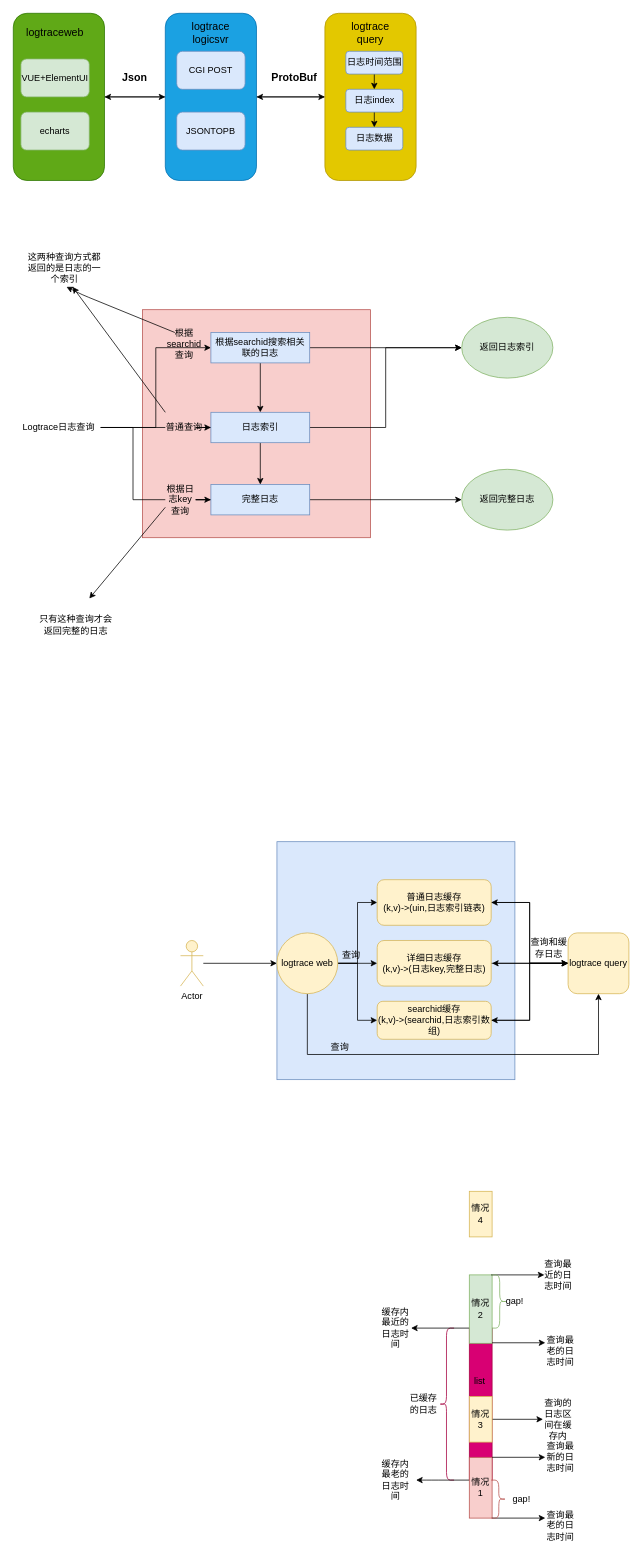
The draw.io diagram Untitled Diagram.drawio in Zhang-liu-xiaoxiao/ZeroCup, before the edit. Source tidied: cells renumbered, new cells numbered last; positions are measured from the earlier drawing's top-left corner, leaving out a move shared by most shapes. Both pictures are drawn from the tidied source at 76%, with x=0, y=0 at pixel (13, 13).
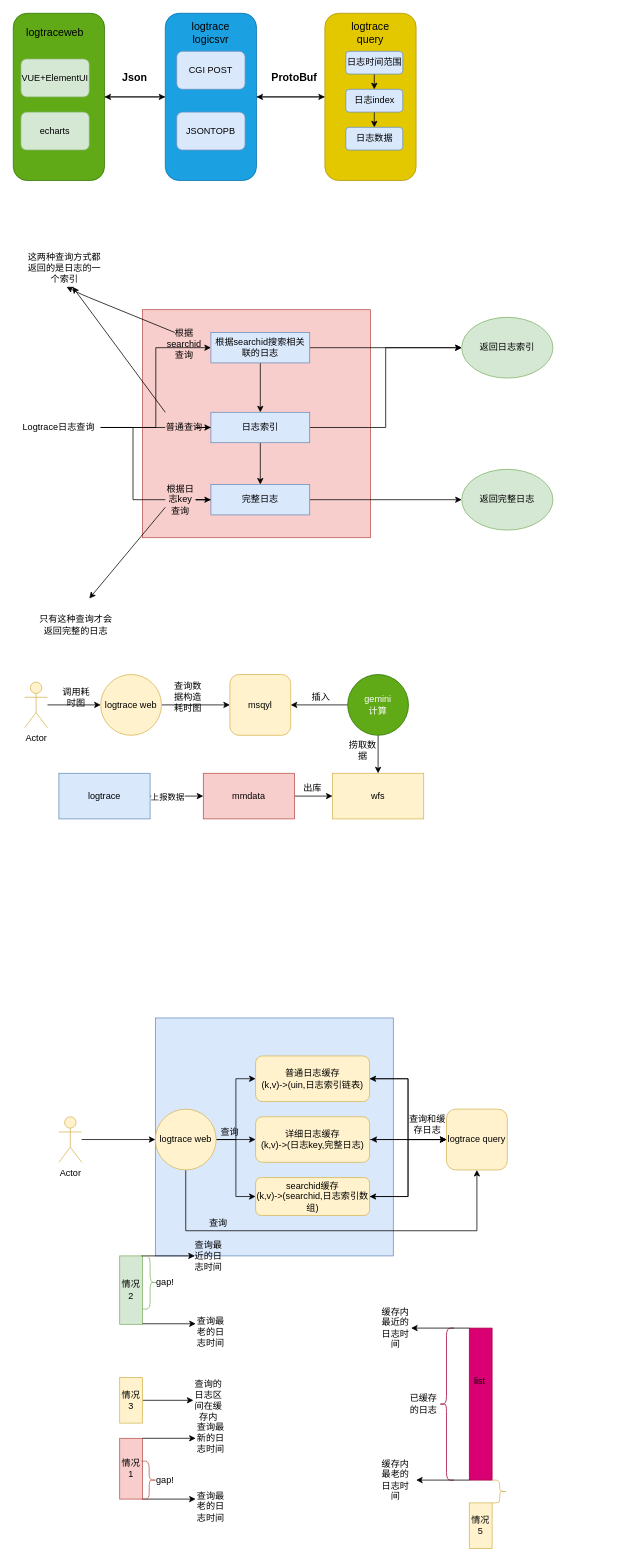
The same diagram, later.

The edit, as a diff of the source:
```diff
@@
     <mxCell id="48" style="whiteSpace=wrap;html=1;fillColor=#dae8fc;strokeColor=#6c8ebf;" parent="1" vertex="1">
-      <mxGeometry x="346.9" y="1090" width="313.1" height="313.1" as="geometry" />
+      <mxGeometry x="186.9" y="1321.9" width="313.1" height="313.1" as="geometry" />
     </mxCell>
@@
     <mxCell id="50" value="普通日志缓存&lt;br&gt;(k,v)-&amp;gt;(uin,日志索引链表)" style="rounded=1;whiteSpace=wrap;html=1;fillColor=#fff2cc;strokeColor=#d6b656;strokeWidth=1;shadow=0;" parent="1" vertex="1">
-      <mxGeometry x="478.8" y="1140" width="150" height="60" as="geometry" />
+      <mxGeometry x="318.8" y="1371.9" width="150" height="60" as="geometry" />
     </mxCell>
@@
     <mxCell id="52" value="详细日志缓存&lt;br&gt;(k,v)-&amp;gt;(日志key,完整日志)" style="rounded=1;whiteSpace=wrap;html=1;fillColor=#fff2cc;strokeColor=#d6b656;" parent="1" vertex="1">
-      <mxGeometry x="478.8" y="1220" width="150" height="60" as="geometry" />
+      <mxGeometry x="318.8" y="1451.9" width="150" height="60" as="geometry" />
     </mxCell>
@@
     <mxCell id="54" value="searchid缓存&lt;br&gt;(k,v)-&amp;gt;(searchid,日志索引数组)" style="rounded=1;whiteSpace=wrap;html=1;fillColor=#fff2cc;strokeColor=#d6b656;strokeWidth=1;shadow=0;" parent="1" vertex="1">
-      <mxGeometry x="478.8" y="1300" width="150" height="50" as="geometry" />
+      <mxGeometry x="318.8" y="1531.9" width="150" height="50" as="geometry" />
     </mxCell>
@@
     <mxCell id="58" style="edgeStyle=orthogonalEdgeStyle;rounded=0;jettySize=auto;html=1;entryX=0.5;entryY=1;entryDx=0;entryDy=0;" parent="1" edge="1" source="59" target="65">
       <mxGeometry relative="1" as="geometry">
         <Array as="points">
-          <mxPoint x="387" y="1370" />
-          <mxPoint x="770" y="1370" />
+          <mxPoint x="227" y="1601.9" />
+          <mxPoint x="610" y="1601.9" />
         </Array>
       </mxGeometry>
     </mxCell>
     <mxCell id="59" value="logtrace web" style="ellipse;whiteSpace=wrap;html=1;rounded=1;shadow=0;strokeColor=#d6b656;strokeWidth=1;fillColor=#fff2cc;" parent="1" vertex="1">
-      <mxGeometry x="346.9" y="1210" width="80" height="80" as="geometry" />
+      <mxGeometry x="186.9" y="1441.9" width="80" height="80" as="geometry" />
     </mxCell>
@@
     <mxCell id="61" value="Actor" style="shape=umlActor;verticalLabelPosition=bottom;verticalAlign=top;html=1;outlineConnect=0;rounded=1;shadow=0;strokeColor=#d6b656;strokeWidth=1;fillColor=#fff2cc;" parent="1" vertex="1">
-      <mxGeometry x="220" y="1220" width="30" height="60" as="geometry" />
+      <mxGeometry x="60" y="1451.9" width="30" height="60" as="geometry" />
     </mxCell>
     <mxCell id="62" style="edgeStyle=orthogonalEdgeStyle;rounded=0;jettySize=auto;html=1;" parent="1" edge="1" source="65">
       <mxGeometry relative="1" as="geometry">
-        <mxPoint x="630" y="1250" as="targetPoint" />
+        <mxPoint x="470" y="1481.9" as="targetPoint" />
       </mxGeometry>
     </mxCell>
@@
     <mxCell id="65" value="logtrace query" style="whiteSpace=wrap;html=1;rounded=1;shadow=0;strokeColor=#d6b656;strokeWidth=1;fillColor=#fff2cc;" parent="1" vertex="1">
-      <mxGeometry x="730" y="1210" width="80" height="80" as="geometry" />
+      <mxGeometry x="570" y="1441.9" width="80" height="80" as="geometry" />
     </mxCell>
     <mxCell id="66" value="查询" style="text;html=1;strokeColor=none;fillColor=none;align=center;verticalAlign=middle;whiteSpace=wrap;rounded=0;shadow=0;" parent="1" vertex="1">
-      <mxGeometry x="425" y="1230" width="40" height="20" as="geometry" />
+      <mxGeometry x="265" y="1461.9" width="40" height="20" as="geometry" />
     </mxCell>
     <mxCell id="67" value="查询和缓存日志" style="text;html=1;strokeColor=none;fillColor=none;align=center;verticalAlign=middle;whiteSpace=wrap;rounded=0;shadow=0;" parent="1" vertex="1">
-      <mxGeometry x="680" y="1210" width="50" height="40" as="geometry" />
+      <mxGeometry x="520" y="1441.9" width="50" height="40" as="geometry" />
     </mxCell>
     <mxCell id="68" value="查询" style="text;html=1;strokeColor=none;fillColor=none;align=center;verticalAlign=middle;whiteSpace=wrap;rounded=0;shadow=0;" parent="1" vertex="1">
-      <mxGeometry x="410" y="1350" width="40" height="20" as="geometry" />
+      <mxGeometry x="250" y="1581.9" width="40" height="20" as="geometry" />
     </mxCell>
@@
     <mxCell id="77" value="情况2" style="rounded=0;whiteSpace=wrap;html=1;shadow=0;strokeColor=#82b366;strokeWidth=1;fillColor=#d5e8d4;" parent="1" vertex="1">
-      <mxGeometry x="600" y="1660" width="30" height="90" as="geometry" />
+      <mxGeometry x="140" y="1635" width="30" height="90" as="geometry" />
     </mxCell>
     <mxCell id="78" value="情况1" style="rounded=0;whiteSpace=wrap;html=1;shadow=0;strokeColor=#b85450;strokeWidth=1;fillColor=#f8cecc;" parent="1" vertex="1">
-      <mxGeometry x="600" y="1900" width="30" height="80" as="geometry" />
+      <mxGeometry x="140" y="1875" width="30" height="80" as="geometry" />
     </mxCell>
     <mxCell id="79" style="endArrow=classic;html=1;" parent="1" edge="1">
       <mxGeometry relative="1" as="geometry">
-        <mxPoint x="628.8" y="1660" as="sourcePoint" />
-        <mxPoint x="698.8" y="1660" as="targetPoint" />
+        <mxPoint x="168.8" y="1635" as="sourcePoint" />
+        <mxPoint x="238.8" y="1635" as="targetPoint" />
       </mxGeometry>
     </mxCell>
     <mxCell id="80" style="endArrow=classic;html=1;" parent="1" edge="1">
       <mxGeometry relative="1" as="geometry">
-        <mxPoint x="630" y="1749.3" as="sourcePoint" />
-        <mxPoint x="700" y="1749.3" as="targetPoint" />
+        <mxPoint x="170" y="1724.3" as="sourcePoint" />
+        <mxPoint x="240" y="1724.3" as="targetPoint" />
       </mxGeometry>
     </mxCell>
     <mxCell id="81" style="endArrow=classic;html=1;" parent="1" edge="1">
       <mxGeometry relative="1" as="geometry">
-        <mxPoint x="630" y="1980" as="sourcePoint" />
-        <mxPoint x="700" y="1980" as="targetPoint" />
+        <mxPoint x="170" y="1955" as="sourcePoint" />
+        <mxPoint x="240" y="1955" as="targetPoint" />
       </mxGeometry>
     </mxCell>
     <mxCell id="82" style="endArrow=classic;html=1;" parent="1" edge="1">
       <mxGeometry relative="1" as="geometry">
-        <mxPoint x="630" y="1900" as="sourcePoint" />
-        <mxPoint x="700" y="1900" as="targetPoint" />
+        <mxPoint x="170" y="1875" as="sourcePoint" />
+        <mxPoint x="240" y="1875" as="targetPoint" />
       </mxGeometry>
     </mxCell>
     <mxCell id="83" value="查询最老的日志时间" style="text;html=1;strokeColor=none;fillColor=none;align=center;verticalAlign=middle;whiteSpace=wrap;rounded=0;shadow=0;" parent="1" vertex="1">
-      <mxGeometry x="700" y="1750" width="40" height="20" as="geometry" />
+      <mxGeometry x="240" y="1725" width="40" height="20" as="geometry" />
     </mxCell>
     <mxCell id="84" value="查询最近的日志时间" style="text;html=1;strokeColor=none;fillColor=none;align=center;verticalAlign=middle;whiteSpace=wrap;rounded=0;shadow=0;" parent="1" vertex="1">
-      <mxGeometry x="697" y="1650" width="40" height="20" as="geometry" />
+      <mxGeometry x="237" y="1625" width="40" height="20" as="geometry" />
     </mxCell>
     <mxCell id="85" value="查询最新的日志时间" style="text;html=1;strokeColor=none;fillColor=none;align=center;verticalAlign=middle;whiteSpace=wrap;rounded=0;shadow=0;" parent="1" vertex="1">
-      <mxGeometry x="700" y="1890" width="40" height="20" as="geometry" />
+      <mxGeometry x="240" y="1865" width="40" height="20" as="geometry" />
     </mxCell>
     <mxCell id="86" value="查询最老的日志时间" style="text;html=1;strokeColor=none;fillColor=none;align=center;verticalAlign=middle;whiteSpace=wrap;rounded=0;shadow=0;" parent="1" vertex="1">
-      <mxGeometry x="700" y="1980" width="40" height="20" as="geometry" />
+      <mxGeometry x="240" y="1955" width="40" height="20" as="geometry" />
     </mxCell>
@@
     <mxCell id="88" value="情况3" style="rounded=0;whiteSpace=wrap;html=1;shadow=0;strokeColor=#d6b656;strokeWidth=1;fillColor=#fff2cc;" parent="1" vertex="1">
-      <mxGeometry x="600" y="1820" width="30" height="60" as="geometry" />
+      <mxGeometry x="140" y="1795" width="30" height="60" as="geometry" />
     </mxCell>
     <mxCell id="89" value="查询的日志区间在缓存内" style="text;html=1;strokeColor=none;fillColor=none;align=center;verticalAlign=middle;whiteSpace=wrap;rounded=0;shadow=0;" parent="1" vertex="1">
-      <mxGeometry x="697" y="1840" width="40" height="20" as="geometry" />
+      <mxGeometry x="237" y="1815" width="40" height="20" as="geometry" />
     </mxCell>
-    <mxCell id="90" value="情况4" style="rounded=0;whiteSpace=wrap;html=1;shadow=0;strokeColor=#d6b656;strokeWidth=1;fillColor=#fff2cc;" parent="1" vertex="1">
-      <mxGeometry x="600" y="1550" width="30" height="60" as="geometry" />
+    <mxCell id="90" value="情况5" style="rounded=0;whiteSpace=wrap;html=1;shadow=0;strokeColor=#d6b656;strokeWidth=1;fillColor=#fff2cc;" parent="1" vertex="1">
+      <mxGeometry x="600" y="1960" width="30" height="60" as="geometry" />
     </mxCell>
     <mxCell id="91" style="shape=curlyBracket;whiteSpace=wrap;html=1;rounded=1;flipH=1;shadow=0;strokeColor=#82b366;strokeWidth=1;fillColor=#d5e8d4;size=0.5;" parent="1" vertex="1">
-      <mxGeometry x="630" y="1660" width="20" height="70" as="geometry" />
+      <mxGeometry x="170" y="1635" width="20" height="70" as="geometry" />
     </mxCell>
     <mxCell id="92" value="gap!" style="text;html=1;strokeColor=none;fillColor=none;align=center;verticalAlign=middle;whiteSpace=wrap;rounded=0;shadow=0;" parent="1" vertex="1">
-      <mxGeometry x="640" y="1687.5" width="40" height="15" as="geometry" />
+      <mxGeometry x="180" y="1662.5" width="40" height="15" as="geometry" />
     </mxCell>
     <mxCell id="93" style="shape=curlyBracket;whiteSpace=wrap;html=1;rounded=1;flipH=1;shadow=0;strokeColor=#b85450;strokeWidth=1;fillColor=#f8cecc;size=0.5;" parent="1" vertex="1">
-      <mxGeometry x="628.8" y="1930" width="20" height="50" as="geometry" />
+      <mxGeometry x="168.8" y="1905" width="20" height="50" as="geometry" />
     </mxCell>
     <mxCell id="94" value="gap!" style="text;html=1;strokeColor=none;fillColor=none;align=center;verticalAlign=middle;whiteSpace=wrap;rounded=0;shadow=0;" parent="1" vertex="1">
-      <mxGeometry x="648.8" y="1945" width="40" height="20" as="geometry" />
+      <mxGeometry x="180" y="1920" width="40" height="20" as="geometry" />
     </mxCell>
+    <mxCell id="95" style="shape=curlyBracket;whiteSpace=wrap;html=1;rounded=1;flipH=1;shadow=0;strokeColor=#d6b656;strokeWidth=1;fillColor=#fff2cc;size=0.5;" parent="1" vertex="1">
+      <mxGeometry x="630" y="1930" width="20" height="30" as="geometry" />
+    </mxCell>
+    <mxCell id="96" style="endArrow=classic;html=1;entryX=0;entryY=0.5;entryDx=0;entryDy=0;" parent="1" edge="1" target="99">
+      <mxGeometry relative="1" as="geometry">
+        <mxPoint x="160" y="1030" as="sourcePoint" />
+      </mxGeometry>
+    </mxCell>
+    <mxCell id="97" value="上报数据" style="edgeLabel;html=1;align=center;verticalAlign=middle;" parent="96" vertex="1">
+      <mxGeometry x="0.25" y="-2" relative="1" as="geometry">
+        <mxPoint x="-14" y="-2" as="offset" />
+      </mxGeometry>
+    </mxCell>
+    <mxCell id="98" style="edgeStyle=orthogonalEdgeStyle;rounded=0;jettySize=auto;html=1;entryX=0;entryY=0.5;entryDx=0;entryDy=0;" parent="1" edge="1" source="99" target="101">
+      <mxGeometry relative="1" as="geometry" />
+    </mxCell>
+    <mxCell id="99" value="mmdata" style="rounded=0;whiteSpace=wrap;html=1;shadow=0;strokeColor=#b85450;strokeWidth=1;fillColor=#f8cecc;" parent="1" vertex="1">
+      <mxGeometry x="250" y="1000" width="120" height="60" as="geometry" />
+    </mxCell>
+    <mxCell id="100" value="logtrace" style="rounded=0;whiteSpace=wrap;html=1;shadow=0;strokeColor=#6c8ebf;strokeWidth=1;fillColor=#dae8fc;" parent="1" vertex="1">
+      <mxGeometry x="60" y="1000" width="120" height="60" as="geometry" />
+    </mxCell>
+    <mxCell id="101" value="wfs" style="rounded=0;whiteSpace=wrap;html=1;shadow=0;strokeColor=#d6b656;strokeWidth=1;fillColor=#fff2cc;" parent="1" vertex="1">
+      <mxGeometry x="420" y="1000" width="120" height="60" as="geometry" />
+    </mxCell>
+    <mxCell id="102" value="出库" style="text;html=1;strokeColor=none;fillColor=none;align=center;verticalAlign=middle;whiteSpace=wrap;rounded=0;shadow=0;" parent="1" vertex="1">
+      <mxGeometry x="373.8" y="1010" width="40" height="20" as="geometry" />
+    </mxCell>
+    <mxCell id="103" style="edgeStyle=orthogonalEdgeStyle;rounded=0;jettySize=auto;html=1;entryX=0.5;entryY=0;entryDx=0;entryDy=0;" parent="1" edge="1" source="105" target="101">
+      <mxGeometry relative="1" as="geometry" />
+    </mxCell>
+    <mxCell id="104" style="edgeStyle=orthogonalEdgeStyle;rounded=0;jettySize=auto;html=1;entryX=1;entryY=0.5;entryDx=0;entryDy=0;" parent="1" edge="1" source="105" target="107">
+      <mxGeometry relative="1" as="geometry" />
+    </mxCell>
+    <mxCell id="105" value="gemini&lt;br&gt;计算" style="ellipse;whiteSpace=wrap;html=1;rounded=1;shadow=0;strokeColor=#2D7600;strokeWidth=1;fillColor=#60a917;fontColor=#ffffff;" parent="1" vertex="1">
+      <mxGeometry x="440" y="870" width="80" height="80" as="geometry" />
+    </mxCell>
+    <mxCell id="106" value="捞取数据" style="text;html=1;strokeColor=none;fillColor=none;align=center;verticalAlign=middle;whiteSpace=wrap;rounded=0;shadow=0;" parent="1" vertex="1">
+      <mxGeometry x="440" y="960" width="40" height="20" as="geometry" />
+    </mxCell>
+    <mxCell id="107" value="msqyl" style="whiteSpace=wrap;html=1;rounded=1;shadow=0;strokeColor=#d6b656;strokeWidth=1;fillColor=#fff2cc;" parent="1" vertex="1">
+      <mxGeometry x="285" y="870" width="80" height="80" as="geometry" />
+    </mxCell>
+    <mxCell id="108" value="插入" style="text;html=1;strokeColor=none;fillColor=none;align=center;verticalAlign=middle;whiteSpace=wrap;rounded=0;shadow=0;" parent="1" vertex="1">
+      <mxGeometry x="385" y="890" width="40" height="20" as="geometry" />
+    </mxCell>
+    <mxCell id="109" style="edgeStyle=orthogonalEdgeStyle;rounded=0;jettySize=auto;html=1;entryX=0;entryY=0.5;entryDx=0;entryDy=0;" parent="1" edge="1" source="110" target="112">
+      <mxGeometry relative="1" as="geometry" />
+    </mxCell>
+    <mxCell id="110" value="Actor" style="shape=umlActor;verticalLabelPosition=bottom;verticalAlign=top;html=1;outlineConnect=0;rounded=1;shadow=0;strokeColor=#d6b656;strokeWidth=1;fillColor=#fff2cc;" parent="1" vertex="1">
+      <mxGeometry x="15" y="880" width="30" height="60" as="geometry" />
+    </mxCell>
+    <mxCell id="111" style="edgeStyle=orthogonalEdgeStyle;rounded=0;jettySize=auto;html=1;entryX=0;entryY=0.5;entryDx=0;entryDy=0;" parent="1" edge="1" source="112" target="107">
+      <mxGeometry relative="1" as="geometry" />
+    </mxCell>
+    <mxCell id="112" value="logtrace web" style="ellipse;whiteSpace=wrap;html=1;rounded=1;shadow=0;strokeColor=#d6b656;strokeWidth=1;fillColor=#fff2cc;" parent="1" vertex="1">
+      <mxGeometry x="115" y="870" width="80" height="80" as="geometry" />
+    </mxCell>
+    <mxCell id="113" value="调用耗时图" style="text;html=1;strokeColor=none;fillColor=none;align=center;verticalAlign=middle;whiteSpace=wrap;rounded=0;shadow=0;" parent="1" vertex="1">
+      <mxGeometry x="62.5" y="890" width="40" height="20" as="geometry" />
+    </mxCell>
+    <mxCell id="114" value="查询数据构造耗时图" style="text;html=1;strokeColor=none;fillColor=none;align=center;verticalAlign=middle;whiteSpace=wrap;rounded=0;shadow=0;" parent="1" vertex="1">
+      <mxGeometry x="210" y="890" width="40" height="20" as="geometry" />
+    </mxCell>
```
